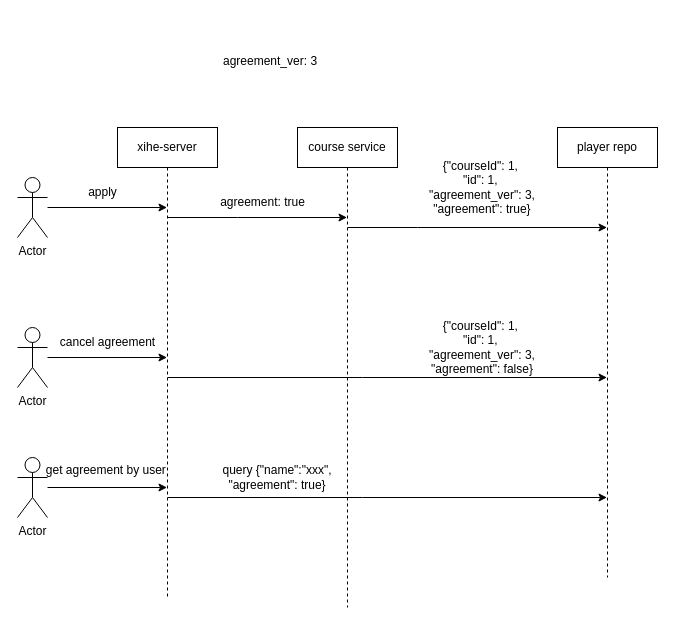
Before: licenseMgr.drawio in pkking/mydrawio, a draw.io diagram. Source tidied: cells renumbered, new cells numbered last; positions are measured from the earlier drawing's top-left corner, leaving out a move shared by most shapes. Both pictures are drawn from the tidied source at 100%, with x=0, y=0 at pixel (17, 47).
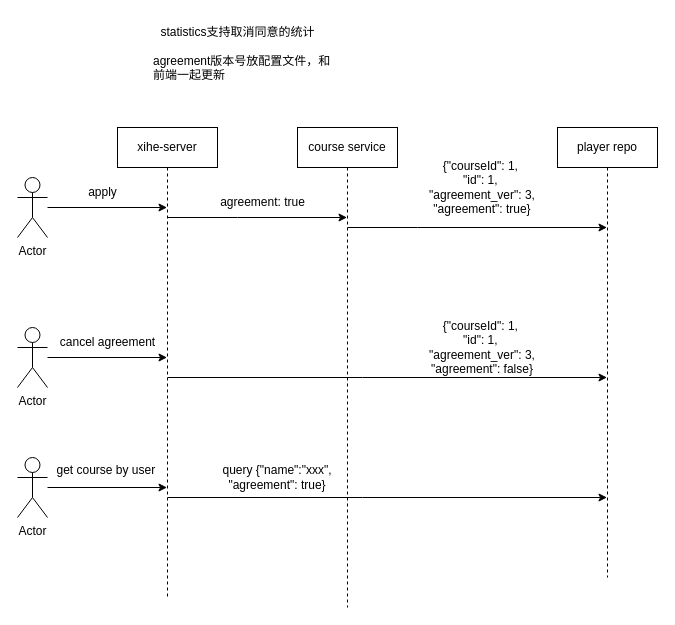
Above is the later version.

What changed in the source:
```diff
@@
-    <mxCell id="15" value="get agreement by user&amp;nbsp; " style="text;html=1;align=center;verticalAlign=middle;strokeColor=none;fillColor=none;" parent="1" vertex="1">
-      <mxGeometry x="15" y="408" width="150" height="30" as="geometry" />
+    <mxCell id="15" value="get course by user&amp;nbsp; " style="text;html=1;align=center;verticalAlign=middle;strokeColor=none;fillColor=none;" parent="1" vertex="1">
+      <mxGeometry x="25" y="408" width="130" height="30" as="geometry" />
     </mxCell>
@@
-    <mxCell id="17" value="agreement_ver: 3" style="text;strokeColor=none;fillColor=none;align=left;verticalAlign=top;spacingLeft=4;spacingRight=4;overflow=hidden;whiteSpace=wrap;html=1;" parent="1" vertex="1">
-      <mxGeometry x="200" width="120" height="26" as="geometry" />
+    <mxCell id="17" value="agreement版本号放配置文件，和前端一起更新" style="text;strokeColor=none;fillColor=none;align=left;verticalAlign=top;spacingLeft=4;spacingRight=4;overflow=hidden;whiteSpace=wrap;html=1;" parent="1" vertex="1">
+      <mxGeometry x="130" width="190" height="50" as="geometry" />
     </mxCell>
@@
+    <mxCell id="23" value="statistics支持取消同意的统计" style="text;html=1;align=center;verticalAlign=middle;strokeColor=none;fillColor=none;" parent="1" vertex="1">
+      <mxGeometry x="130" y="-30" width="180" height="30" as="geometry" />
+    </mxCell>
```
